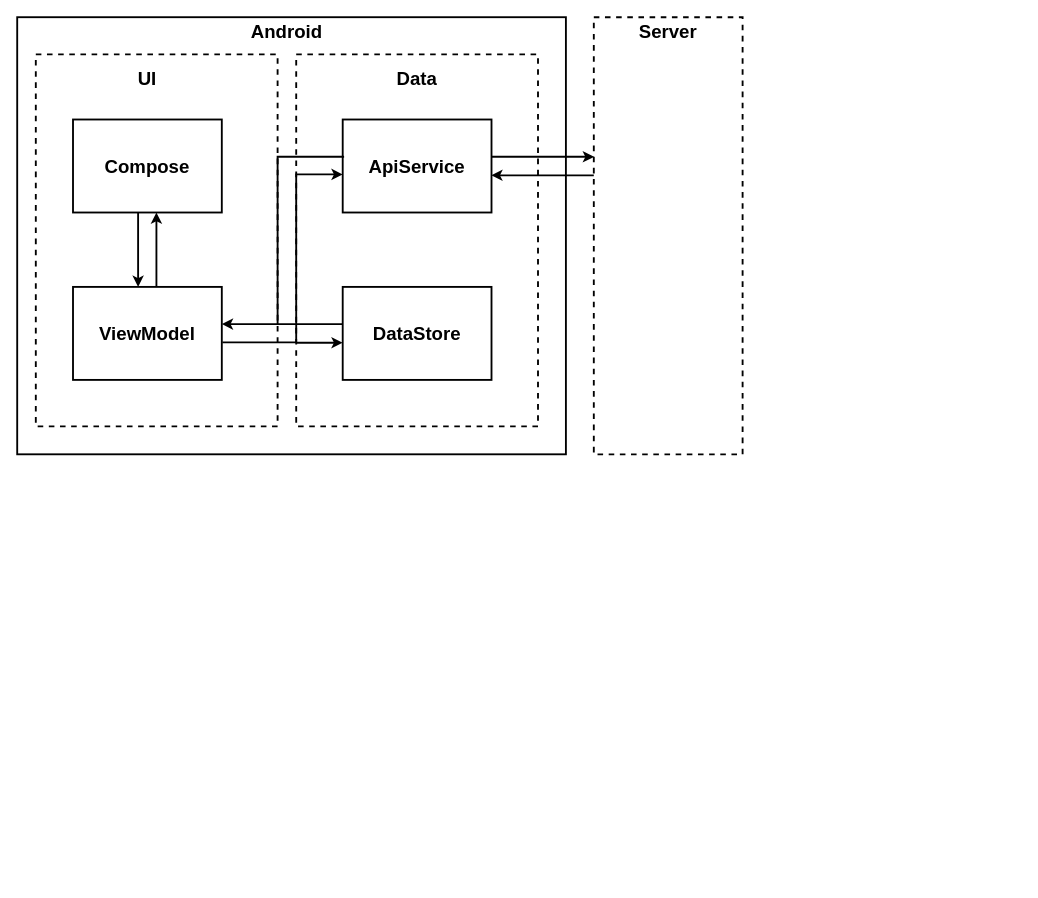
The draw.io diagram 前端架构.drawio in Yorick-Ryu/DFD, before the edit. Source tidied: cells renumbered, new cells numbered last; positions are measured from the earlier drawing's top-left corner, leaving out a move shared by most shapes. Both pictures are drawn from the tidied source at 93%, with x=0, y=0 at pixel (17, 17).
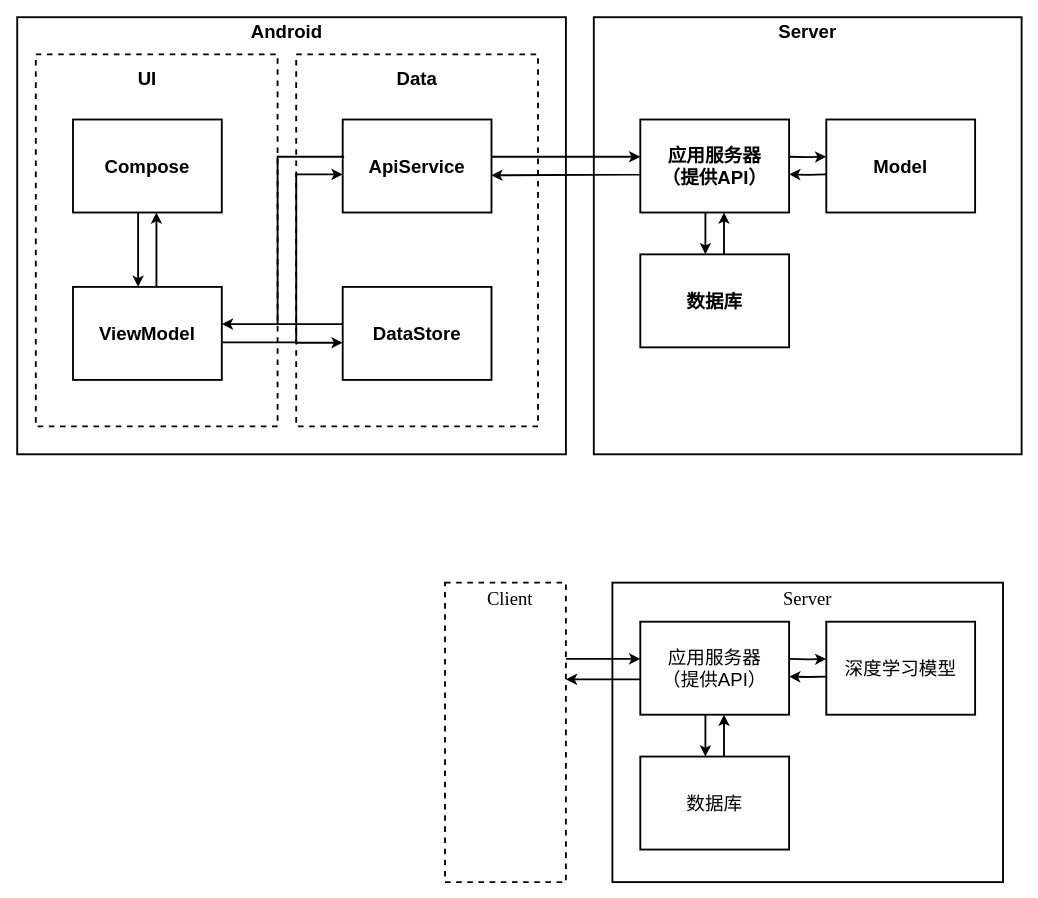
After the change.

Commit message:
更新前端架构.drawio

Diff of the diagram source:
```diff
@@
-    <mxCell id="17" value="&lt;span style=&quot;white-space: pre; font-size: 20px;&quot;&gt;&#9;&lt;/span&gt;" style="rounded=0;whiteSpace=wrap;html=1;fontFamily=Helvetica;fontSize=20;fontStyle=1;strokeWidth=2;dashed=1;gradientColor=none;" parent="1" vertex="1">
-      <mxGeometry x="620" width="160" height="470" as="geometry" />
+    <mxCell id="17" value="&lt;span style=&quot;white-space: pre; font-size: 20px;&quot;&gt;&#9;&lt;/span&gt;" style="rounded=0;whiteSpace=wrap;html=1;fontFamily=Helvetica;fontSize=20;fontStyle=1;strokeWidth=2;gradientColor=none;" parent="1" vertex="1">
+      <mxGeometry x="620" width="460" height="470" as="geometry" />
     </mxCell>
     <mxCell id="18" value="&lt;font style=&quot;font-size: 20px;&quot;&gt;&lt;span style=&quot;font-size: 20px;&quot;&gt;Server&lt;/span&gt;&lt;/font&gt;" style="text;html=1;align=center;verticalAlign=middle;whiteSpace=wrap;rounded=0;fontFamily=Helvetica;fontSize=20;fontStyle=1;strokeWidth=2;" parent="1" vertex="1">
-      <mxGeometry x="670" width="60" height="30" as="geometry" />
+      <mxGeometry x="820" width="60" height="30" as="geometry" />
     </mxCell>
-    <mxCell id="19" style="edgeStyle=orthogonalEdgeStyle;rounded=0;orthogonalLoop=1;jettySize=auto;html=1;exitX=0.998;exitY=0.401;exitDx=0;exitDy=0;exitPerimeter=0;strokeWidth=2;fontStyle=1;fontFamily=Helvetica;fontSize=20;" parent="1" edge="1">
+    <mxCell id="19" style="edgeStyle=orthogonalEdgeStyle;rounded=0;jettySize=auto;html=1;exitX=0.998;exitY=0.401;exitDx=0;exitDy=0;exitPerimeter=0;strokeWidth=2;fontStyle=1;fontFamily=Helvetica;fontSize=20;" parent="1" edge="1" target="24">
       <mxGeometry relative="1" as="geometry">
         <mxPoint x="510" y="150.1" as="sourcePoint" />
-        <mxPoint x="620.3" y="150.1" as="targetPoint" />
         <Array as="points">
-          <mxPoint x="530.3" y="150" />
-          <mxPoint x="530.3" y="150" />
+          <mxPoint x="650" y="150" />
+          <mxPoint x="650" y="150" />
         </Array>
       </mxGeometry>
     </mxCell>
-    <mxCell id="20" style="edgeStyle=orthogonalEdgeStyle;rounded=0;orthogonalLoop=1;jettySize=auto;html=1;exitX=0.998;exitY=0.401;exitDx=0;exitDy=0;exitPerimeter=0;strokeWidth=2;fontStyle=1;fontFamily=Helvetica;fontSize=20;" parent="1" edge="1">
+    <mxCell id="20" style="edgeStyle=orthogonalEdgeStyle;rounded=0;jettySize=auto;html=1;exitX=0.005;exitY=0.605;exitDx=0;exitDy=0;exitPerimeter=0;strokeWidth=2;fontStyle=1;fontFamily=Helvetica;fontSize=20;" parent="1" edge="1" source="24">
       <mxGeometry relative="1" as="geometry">
-        <mxPoint x="620" y="170" as="sourcePoint" />
         <mxPoint x="509.7" y="170" as="targetPoint" />
         <Array as="points">
-          <mxPoint x="530" y="169.9" />
-          <mxPoint x="530" y="169.9" />
+          <mxPoint x="701" y="169" />
+          <mxPoint x="530" y="169" />
         </Array>
       </mxGeometry>
     </mxCell>
@@
+    <mxCell id="22" style="edgeStyle=orthogonalEdgeStyle;rounded=0;orthogonalLoop=1;jettySize=auto;html=1;strokeWidth=2;" parent="1" edge="1">
+      <mxGeometry relative="1" as="geometry">
+        <mxPoint x="740" y="210" as="sourcePoint" />
+        <mxPoint x="740" y="255" as="targetPoint" />
+      </mxGeometry>
+    </mxCell>
+    <mxCell id="23" style="edgeStyle=orthogonalEdgeStyle;rounded=0;orthogonalLoop=1;jettySize=auto;html=1;strokeWidth=2;" parent="1" edge="1">
+      <mxGeometry relative="1" as="geometry">
+        <mxPoint x="830" y="150" as="sourcePoint" />
+        <mxPoint x="870" y="150" as="targetPoint" />
+      </mxGeometry>
+    </mxCell>
+    <mxCell id="24" value="应用服务器&lt;br&gt;&lt;div&gt;（提供API）&lt;/div&gt;" style="rounded=0;whiteSpace=wrap;html=1;fontFamily=Helvetica;fontSize=20;fontStyle=1;strokeWidth=2;" parent="1" vertex="1">
+      <mxGeometry x="670" y="110" width="160" height="100" as="geometry" />
+    </mxCell>
+    <mxCell id="25" value="数据库" style="rounded=0;whiteSpace=wrap;html=1;fontFamily=Helvetica;fontSize=20;fontStyle=1;strokeWidth=2;" parent="1" vertex="1">
+      <mxGeometry x="670" y="255" width="160" height="100" as="geometry" />
+    </mxCell>
+    <mxCell id="26" style="edgeStyle=orthogonalEdgeStyle;rounded=0;orthogonalLoop=1;jettySize=auto;html=1;strokeWidth=2;" parent="1" edge="1">
+      <mxGeometry relative="1" as="geometry">
+        <mxPoint x="760" y="255" as="sourcePoint" />
+        <mxPoint x="760" y="210" as="targetPoint" />
+      </mxGeometry>
+    </mxCell>
+    <mxCell id="27" value="Model" style="rounded=0;whiteSpace=wrap;html=1;fontFamily=Helvetica;fontSize=20;fontStyle=1;strokeWidth=2;" parent="1" vertex="1">
+      <mxGeometry x="870" y="110" width="160" height="100" as="geometry" />
+    </mxCell>
+    <mxCell id="28" style="edgeStyle=orthogonalEdgeStyle;rounded=0;orthogonalLoop=1;jettySize=auto;html=1;strokeWidth=2;" parent="1" edge="1">
+      <mxGeometry relative="1" as="geometry">
+        <mxPoint x="870" y="169" as="sourcePoint" />
+        <mxPoint x="830" y="169" as="targetPoint" />
+      </mxGeometry>
+    </mxCell>
+    <mxCell id="29" style="rounded=0;whiteSpace=wrap;html=1;fontFamily=宋体;fontSize=20;fontStyle=0;strokeWidth=2;dashed=1;" parent="1" vertex="1">
+      <mxGeometry x="460" y="608" width="130" height="322" as="geometry" />
+    </mxCell>
+    <mxCell id="30" value="&lt;span style=&quot;white-space: pre; font-size: 20px;&quot;&gt;&#9;&lt;/span&gt;" style="rounded=0;whiteSpace=wrap;html=1;fontFamily=宋体;fontSize=20;fontStyle=0;strokeWidth=2;gradientColor=none;" parent="1" vertex="1">
+      <mxGeometry x="640" y="608" width="420" height="322" as="geometry" />
+    </mxCell>
+    <mxCell id="31" value="&lt;font style=&quot;font-size: 20px;&quot;&gt;&lt;span style=&quot;font-size: 20px;&quot;&gt;Server&lt;/span&gt;&lt;/font&gt;" style="text;html=1;align=center;verticalAlign=middle;whiteSpace=wrap;rounded=0;fontFamily=Times New Roman;fontSize=20;fontStyle=0;strokeWidth=2;" parent="1" vertex="1">
+      <mxGeometry x="820" y="610" width="60" height="30" as="geometry" />
+    </mxCell>
+    <mxCell id="32" style="edgeStyle=orthogonalEdgeStyle;rounded=0;jettySize=auto;html=1;strokeWidth=2;fontStyle=0;fontFamily=宋体;fontSize=20;" parent="1" edge="1" target="35">
+      <mxGeometry relative="1" as="geometry">
+        <mxPoint x="590" y="690" as="sourcePoint" />
+        <Array as="points">
+          <mxPoint x="650" y="690" />
+          <mxPoint x="650" y="690" />
+        </Array>
+      </mxGeometry>
+    </mxCell>
+    <mxCell id="33" style="edgeStyle=orthogonalEdgeStyle;rounded=0;orthogonalLoop=1;jettySize=auto;html=1;strokeWidth=2;fontStyle=0;fontFamily=宋体;" parent="1" edge="1">
+      <mxGeometry relative="1" as="geometry">
+        <mxPoint x="740" y="750" as="sourcePoint" />
+        <mxPoint x="740" y="795" as="targetPoint" />
+      </mxGeometry>
+    </mxCell>
+    <mxCell id="34" style="edgeStyle=orthogonalEdgeStyle;rounded=0;orthogonalLoop=1;jettySize=auto;html=1;strokeWidth=2;fontStyle=0;fontFamily=宋体;" parent="1" edge="1">
+      <mxGeometry relative="1" as="geometry">
+        <mxPoint x="830" y="690" as="sourcePoint" />
+        <mxPoint x="870" y="690" as="targetPoint" />
+      </mxGeometry>
+    </mxCell>
+    <mxCell id="35" value="应用服务器&lt;br&gt;&lt;div&gt;（提供API）&lt;/div&gt;" style="rounded=0;whiteSpace=wrap;html=1;fontFamily=宋体;fontSize=20;fontStyle=0;strokeWidth=2;" parent="1" vertex="1">
+      <mxGeometry x="670" y="650" width="160" height="100" as="geometry" />
+    </mxCell>
+    <mxCell id="36" value="数据库" style="rounded=0;whiteSpace=wrap;html=1;fontFamily=宋体;fontSize=20;fontStyle=0;strokeWidth=2;" parent="1" vertex="1">
+      <mxGeometry x="670" y="795" width="160" height="100" as="geometry" />
+    </mxCell>
+    <mxCell id="37" style="edgeStyle=orthogonalEdgeStyle;rounded=0;orthogonalLoop=1;jettySize=auto;html=1;strokeWidth=2;fontStyle=0;fontFamily=宋体;" parent="1" edge="1">
+      <mxGeometry relative="1" as="geometry">
+        <mxPoint x="760" y="795" as="sourcePoint" />
+        <mxPoint x="760" y="750" as="targetPoint" />
+      </mxGeometry>
+    </mxCell>
+    <mxCell id="38" value="深度学习模型" style="rounded=0;whiteSpace=wrap;html=1;fontFamily=宋体;fontSize=20;fontStyle=0;strokeWidth=2;" parent="1" vertex="1">
+      <mxGeometry x="870" y="650" width="160" height="100" as="geometry" />
+    </mxCell>
+    <mxCell id="39" style="edgeStyle=orthogonalEdgeStyle;rounded=0;orthogonalLoop=1;jettySize=auto;html=1;strokeWidth=2;fontStyle=0;fontFamily=宋体;" parent="1" edge="1">
+      <mxGeometry relative="1" as="geometry">
+        <mxPoint x="870" y="709" as="sourcePoint" />
+        <mxPoint x="830" y="709" as="targetPoint" />
+      </mxGeometry>
+    </mxCell>
+    <mxCell id="40" style="edgeStyle=orthogonalEdgeStyle;rounded=0;orthogonalLoop=1;jettySize=auto;html=1;strokeWidth=2;fontStyle=0;fontFamily=宋体;fontSize=20;" parent="1" edge="1">
+      <mxGeometry relative="1" as="geometry">
+        <mxPoint x="670" y="712" as="sourcePoint" />
+        <mxPoint x="590" y="712" as="targetPoint" />
+        <Array as="points">
+          <mxPoint x="650" y="712" />
+          <mxPoint x="650" y="712" />
+        </Array>
+      </mxGeometry>
+    </mxCell>
+    <mxCell id="41" value="&lt;font style=&quot;font-size: 20px;&quot;&gt;Client&lt;/font&gt;" style="text;html=1;align=center;verticalAlign=middle;whiteSpace=wrap;rounded=0;fontFamily=Times New Roman;fontSize=20;fontStyle=0;strokeWidth=2;" parent="1" vertex="1">
+      <mxGeometry x="500" y="610" width="60" height="30" as="geometry" />
+    </mxCell>
```
